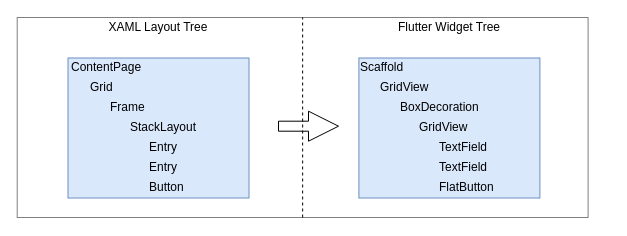
JulianPasque/Masterthesis keeps this draw.io diagram as Images/CrossPlattformFrameworks/Gegenüberstellung.drawio. Above is the earlier version. Source tidied: cells renumbered, new cells numbered last; positions are measured from the earlier drawing's top-left corner, leaving out a move shared by most shapes. Both pictures are drawn from the tidied source at 100%, with x=0, y=0 at pixel (17, 17).
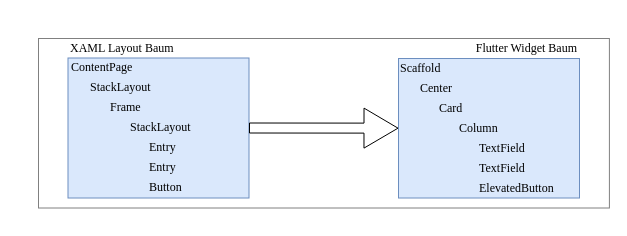
After the change.

Change to the diagram source:
```diff
@@
-    <mxCell id="2" style="rounded=0;whiteSpace=wrap;html=1;strokeColor=#808080;fontSize=9;fontFamily=Times New Roman;" parent="1" vertex="1">
-      <mxGeometry x="-0.3" width="570.9" height="200" as="geometry" />
+    <mxCell id="2" style="rounded=0;whiteSpace=wrap;html=1;strokeColor=#808080;fontSize=12;fontFamily=Times New Roman;" parent="1" vertex="1">
+      <mxGeometry x="21" y="21" width="570.9" height="169.5" as="geometry" />
     </mxCell>
-    <mxCell id="3" style="rounded=0;whiteSpace=wrap;html=1;align=left;fillColor=#dae8fc;strokeColor=#6c8ebf;" parent="1" vertex="1">
+    <mxCell id="3" style="rounded=0;whiteSpace=wrap;html=1;align=left;fillColor=#dae8fc;strokeColor=#6c8ebf;fontFamily=Times New Roman;fontSize=12;" parent="1" vertex="1">
       <mxGeometry x="50.5" y="40.5" width="181" height="140" as="geometry" />
     </mxCell>
-    <mxCell id="4" style="endArrow=none;dashed=1;html=1;entryX=0.5;entryY=0;entryDx=0;entryDy=0;exitX=0.5;exitY=1;exitDx=0;exitDy=0;" parent="1" edge="1" source="2" target="2">
-      <mxGeometry relative="1" as="geometry" />
-    </mxCell>
-    <mxCell id="5" value="XAML Layout Tree" style="text;html=1;strokeColor=none;fillColor=none;align=center;verticalAlign=middle;whiteSpace=wrap;rounded=0;" parent="1" vertex="1">
-      <mxGeometry x="1" width="280" height="20" as="geometry" />
+    <mxCell id="5" value="XAML Layout Baum" style="text;html=1;strokeColor=none;fillColor=none;align=left;verticalAlign=middle;whiteSpace=wrap;rounded=0;fontFamily=Times New Roman;fontSize=12;" parent="1" vertex="1">
+      <mxGeometry x="51" y="20.5" width="200" height="20" as="geometry" />
     </mxCell>
-    <mxCell id="6" value="Flutter Widget Tree" style="text;html=1;strokeColor=none;fillColor=none;align=center;verticalAlign=middle;whiteSpace=wrap;rounded=0;" parent="1" vertex="1">
-      <mxGeometry x="291.9" width="280" height="20" as="geometry" />
+    <mxCell id="6" value="Flutter Widget Baum" style="text;html=1;strokeColor=none;fillColor=none;align=right;verticalAlign=middle;whiteSpace=wrap;rounded=0;fontFamily=Times New Roman;fontSize=12;" parent="1" vertex="1">
+      <mxGeometry x="440.6" y="21" width="121.4" height="20" as="geometry" />
     </mxCell>
-    <mxCell id="7" style="endArrow=classic;html=1;shape=arrow;endSize=1;" parent="1" edge="1">
-      <mxGeometry relative="1" as="geometry">
-        <mxPoint x="261" y="108.7" as="sourcePoint" />
-        <mxPoint x="321" y="108.7" as="targetPoint" />
-      </mxGeometry>
-    </mxCell>
-    <mxCell id="8" value="ContentPage" style="text;html=1;align=left;verticalAlign=middle;" parent="1" vertex="1">
-      <mxGeometry x="51.5" y="40" width="90" height="20" as="geometry" />
+    <mxCell id="8" value="ContentPage" style="text;html=1;align=left;verticalAlign=middle;fontFamily=Times New Roman;fontSize=12;" parent="1" vertex="1">
+      <mxGeometry x="51.5" y="40" width="80" height="20" as="geometry" />
     </mxCell>
-    <mxCell id="9" value="Grid" style="text;html=1;align=left;verticalAlign=middle;" parent="1" vertex="1">
-      <mxGeometry x="71.2" y="60" width="40" height="20" as="geometry" />
+    <mxCell id="9" value="StackLayout" style="text;html=1;align=left;verticalAlign=middle;fontFamily=Times New Roman;fontSize=12;" parent="1" vertex="1">
+      <mxGeometry x="71.2" y="60" width="80" height="20" as="geometry" />
     </mxCell>
-    <mxCell id="10" value="Frame" style="text;html=1;align=left;verticalAlign=middle;" parent="1" vertex="1">
+    <mxCell id="10" value="Frame" style="text;html=1;align=left;verticalAlign=middle;fontFamily=Times New Roman;fontSize=12;" parent="1" vertex="1">
       <mxGeometry x="90.9" y="80" width="50" height="20" as="geometry" />
     </mxCell>
-    <mxCell id="11" value="StackLayout" style="text;html=1;align=left;verticalAlign=middle;" parent="1" vertex="1">
+    <mxCell id="11" value="StackLayout" style="text;html=1;align=left;verticalAlign=middle;fontFamily=Times New Roman;fontSize=12;" parent="1" vertex="1">
       <mxGeometry x="110.6" y="100" width="80" height="20" as="geometry" />
     </mxCell>
-    <mxCell id="12" value="Entry" style="text;html=1;align=left;verticalAlign=middle;" parent="1" vertex="1">
+    <mxCell id="12" value="Entry" style="text;html=1;align=left;verticalAlign=middle;fontFamily=Times New Roman;fontSize=12;" parent="1" vertex="1">
       <mxGeometry x="130.2" y="120" width="40" height="20" as="geometry" />
     </mxCell>
-    <mxCell id="13" value="Entry" style="text;html=1;align=left;verticalAlign=middle;" parent="1" vertex="1">
+    <mxCell id="13" value="Entry" style="text;html=1;align=left;verticalAlign=middle;fontFamily=Times New Roman;fontSize=12;" parent="1" vertex="1">
       <mxGeometry x="130.2" y="140" width="40" height="20" as="geometry" />
     </mxCell>
-    <mxCell id="14" value="Button" style="text;html=1;align=left;verticalAlign=middle;" parent="1" vertex="1">
+    <mxCell id="14" value="Button" style="text;html=1;align=left;verticalAlign=middle;fontFamily=Times New Roman;fontSize=12;" parent="1" vertex="1">
       <mxGeometry x="130.2" y="160" width="50" height="20" as="geometry" />
     </mxCell>
-    <mxCell id="15" style="rounded=0;whiteSpace=wrap;html=1;align=left;fillColor=#dae8fc;strokeColor=#6c8ebf;" parent="1" vertex="1">
-      <mxGeometry x="341.4" y="40.5" width="181" height="140" as="geometry" />
+    <mxCell id="15" style="rounded=0;whiteSpace=wrap;html=1;align=left;fillColor=#dae8fc;strokeColor=#6c8ebf;fontFamily=Times New Roman;fontSize=12;" parent="1" vertex="1">
+      <mxGeometry x="381" y="41" width="181" height="139.5" as="geometry" />
     </mxCell>
-    <mxCell id="16" value="Scaffold" style="text;html=1;align=left;verticalAlign=middle;" parent="1" vertex="1">
-      <mxGeometry x="341.4" y="40" width="60" height="20" as="geometry" />
+    <mxCell id="16" value="Scaffold" style="text;html=1;align=left;verticalAlign=middle;fontFamily=Times New Roman;fontSize=12;" parent="1" vertex="1">
+      <mxGeometry x="381" y="40.5" width="60" height="20" as="geometry" />
     </mxCell>
-    <mxCell id="17" value="GridView" style="text;html=1;align=left;verticalAlign=middle;" parent="1" vertex="1">
-      <mxGeometry x="361.1" y="60" width="60" height="20" as="geometry" />
+    <mxCell id="17" value="Center" style="text;html=1;align=left;verticalAlign=middle;fontFamily=Times New Roman;fontSize=12;" parent="1" vertex="1">
+      <mxGeometry x="400.7" y="60.5" width="50" height="20" as="geometry" />
     </mxCell>
-    <mxCell id="18" value="BoxDecoration" style="text;html=1;align=left;verticalAlign=middle;" parent="1" vertex="1">
-      <mxGeometry x="380.7" y="80" width="90" height="20" as="geometry" />
+    <mxCell id="18" value="Card" style="text;html=1;align=left;verticalAlign=middle;fontFamily=Times New Roman;fontSize=12;" parent="1" vertex="1">
+      <mxGeometry x="420.4" y="80.5" width="40" height="20" as="geometry" />
     </mxCell>
-    <mxCell id="19" value="GridView" style="text;html=1;align=left;verticalAlign=middle;" parent="1" vertex="1">
-      <mxGeometry x="400.4" y="100" width="60" height="20" as="geometry" />
+    <mxCell id="19" value="Column" style="text;html=1;align=left;verticalAlign=middle;fontFamily=Times New Roman;fontSize=12;" parent="1" vertex="1">
+      <mxGeometry x="440.1" y="100.5" width="50" height="20" as="geometry" />
     </mxCell>
-    <mxCell id="20" value="TextField" style="text;html=1;align=left;verticalAlign=middle;" parent="1" vertex="1">
-      <mxGeometry x="420.1" y="120" width="60" height="20" as="geometry" />
+    <mxCell id="20" value="TextField" style="text;html=1;align=left;verticalAlign=middle;fontFamily=Times New Roman;fontSize=12;" parent="1" vertex="1">
+      <mxGeometry x="459.7" y="120.5" width="60" height="20" as="geometry" />
     </mxCell>
-    <mxCell id="21" value="TextField" style="text;html=1;align=left;verticalAlign=middle;" parent="1" vertex="1">
-      <mxGeometry x="420.1" y="140" width="60" height="20" as="geometry" />
+    <mxCell id="21" value="TextField" style="text;html=1;align=left;verticalAlign=middle;fontFamily=Times New Roman;fontSize=12;" parent="1" vertex="1">
+      <mxGeometry x="459.7" y="140.5" width="60" height="20" as="geometry" />
     </mxCell>
-    <mxCell id="22" value="FlatButton" style="text;html=1;align=left;verticalAlign=middle;" parent="1" vertex="1">
-      <mxGeometry x="420.1" y="160" width="70" height="20" as="geometry" />
+    <mxCell id="22" value="ElevatedButton" style="text;html=1;align=left;verticalAlign=middle;fontFamily=Times New Roman;fontSize=12;" parent="1" vertex="1">
+      <mxGeometry x="459.7" y="160.5" width="90" height="20" as="geometry" />
     </mxCell>
+    <mxCell id="23" style="endArrow=classic;html=1;fontFamily=Times New Roman;fontSize=12;exitX=1;exitY=0.5;exitDx=0;exitDy=0;shape=flexArrow;startSize=11;endSize=11;endWidth=29;" parent="1" edge="1" source="3" target="15">
+      <mxGeometry relative="1" as="geometry" />
+    </mxCell>
```
